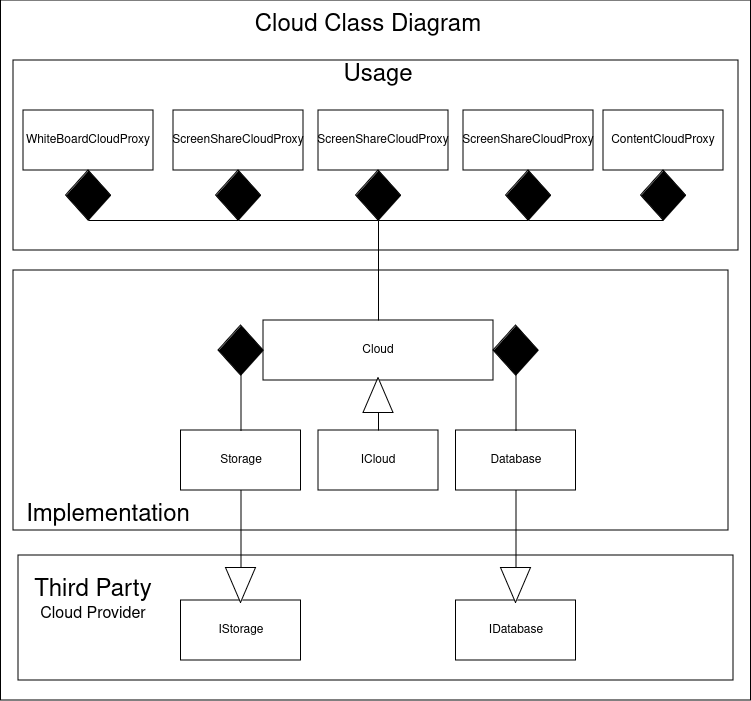
Earlier version of the draw.io export cloud.png (IIT-PKD-Software-Engg/Cloud). Source tidied: cells renumbered, new cells last; positions are measured from the earlier drawing's top-left corner, leaving out a move shared by most shapes.
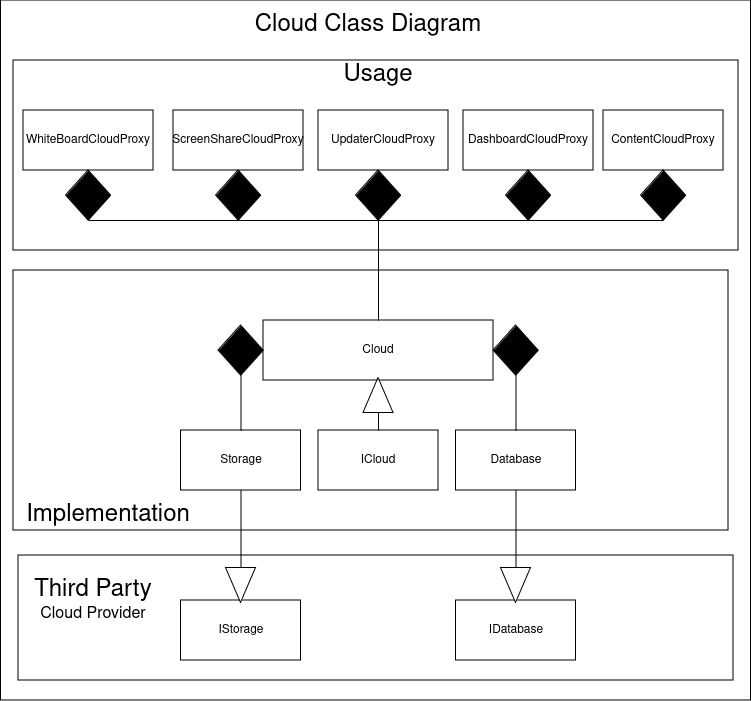
The same diagram one commit later.

Commit message:
class diagram update

Diff of the diagram source:
```diff
@@ -106,10 +106,10 @@
     <mxCell id="35" value="&lt;div&gt;&lt;font style=&quot;font-size: 24px;&quot;&gt;Third Party&lt;/font&gt;&lt;/div&gt;&lt;div&gt;&lt;font size=&quot;3&quot;&gt;Cloud Provider&lt;/font&gt;&lt;br&gt;&lt;/div&gt;" style="text;html=1;align=center;verticalAlign=middle;whiteSpace=wrap;rounded=0;" parent="1" vertex="1">
       <mxGeometry x="22" y="570" width="140" height="60" as="geometry" />
     </mxCell>
-    <mxCell id="36" value="ScreenShareCloudProxy" style="rounded=0;whiteSpace=wrap;html=1;" parent="1" vertex="1">
+    <mxCell id="36" value="UpdaterCloudProxy" style="rounded=0;whiteSpace=wrap;html=1;" parent="1" vertex="1">
       <mxGeometry x="317" y="110" width="130" height="60" as="geometry" />
     </mxCell>
-    <mxCell id="37" value="ScreenShareCloudProxy" style="rounded=0;whiteSpace=wrap;html=1;" parent="1" vertex="1">
+    <mxCell id="37" value="DashboardCloudProxy" style="rounded=0;whiteSpace=wrap;html=1;" parent="1" vertex="1">
       <mxGeometry x="462" y="110" width="130" height="60" as="geometry" />
     </mxCell>
     <mxCell id="38" style="rhombus;whiteSpace=wrap;html=1;fillColor=#000000;" parent="1" vertex="1">
```
